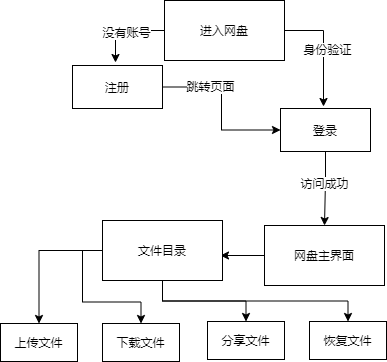
deepinsea/draw keeps this draw.io diagram as 数据流图.png. Above is the earlier version. Source tidied: cells renumbered, new cells last; positions are measured from the earlier drawing's top-left corner, leaving out a move shared by most shapes.
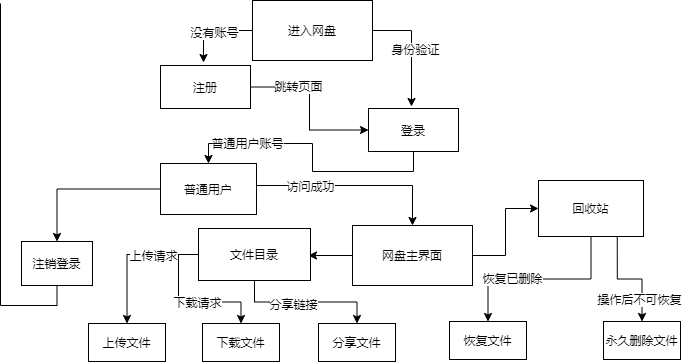
The same diagram one commit later.

Commit message:
更新数据流图.png

Diff of the diagram source:
```diff
@@ -38,19 +38,24 @@
     <mxCell id="10" value="注册" style="rounded=0;whiteSpace=wrap;html=1;" parent="1" vertex="1">
       <mxGeometry x="72" y="65" width="90" height="43" as="geometry" />
     </mxCell>
-    <mxCell id="11" style="edgeStyle=orthogonalEdgeStyle;rounded=0;jettySize=auto;html=1;entryX=0.5;entryY=0;entryDx=0;entryDy=0;" parent="1" edge="1" source="13" target="15">
+    <mxCell id="11" style="edgeStyle=orthogonalEdgeStyle;rounded=0;jettySize=auto;html=1;entryX=0.5;entryY=0;entryDx=0;entryDy=0;exitX=1;exitY=0.5;exitDx=0;exitDy=0;" parent="1" edge="1" source="38" target="15">
       <mxGeometry relative="1" as="geometry">
         <Array as="points">
-          <mxPoint x="325" y="179" />
-          <mxPoint x="325" y="179" />
+          <mxPoint x="324" y="185" />
         </Array>
       </mxGeometry>
     </mxCell>
     <mxCell id="12" value="访问成功" style="edgeLabel;html=1;align=center;verticalAlign=middle;" parent="11" vertex="1">
       <mxGeometry x="-0.66" relative="1" as="geometry">
-        <mxPoint x="-2" y="18" as="offset" />
+        <mxPoint x="23" as="offset" />
       </mxGeometry>
     </mxCell>
+    <mxCell id="25" style="edgeStyle=orthogonalEdgeStyle;rounded=0;jettySize=auto;html=1;exitX=0.5;exitY=1;exitDx=0;exitDy=0;" parent="1" edge="1" source="13" target="38">
+      <mxGeometry relative="1" as="geometry" />
+    </mxCell>
+    <mxCell id="26" value="普通用户账号" style="edgeLabel;html=1;align=center;verticalAlign=middle;" parent="25" vertex="1">
+      <mxGeometry x="0.57" y="-1" relative="1" as="geometry" />
+    </mxCell>
     <mxCell id="13" value="登录" style="rounded=0;whiteSpace=wrap;html=1;" parent="1" vertex="1">
       <mxGeometry x="280" y="108" width="90" height="43" as="geometry" />
     </mxCell>
@@ -59,35 +64,82 @@
         <mxPoint x="220" y="255" as="targetPoint" />
       </mxGeometry>
     </mxCell>
+    <mxCell id="27" style="edgeStyle=orthogonalEdgeStyle;rounded=0;jettySize=auto;html=1;entryX=0;entryY=0.5;entryDx=0;entryDy=0;" parent="1" edge="1" source="15" target="35">
+      <mxGeometry relative="1" as="geometry" />
+    </mxCell>
     <mxCell id="15" value="网盘主界面" style="rounded=0;whiteSpace=wrap;html=1;" parent="1" vertex="1">
       <mxGeometry x="264" y="225" width="120" height="60" as="geometry" />
     </mxCell>
     <mxCell id="16" style="edgeStyle=orthogonalEdgeStyle;rounded=0;jettySize=auto;html=1;entryX=0.5;entryY=0;entryDx=0;entryDy=0;" parent="1" edge="1" source="20" target="21">
       <mxGeometry relative="1" as="geometry" />
     </mxCell>
+    <mxCell id="28" value="上传请求" style="edgeLabel;html=1;align=center;verticalAlign=middle;" parent="16" vertex="1">
+      <mxGeometry x="-0.34" relative="1" as="geometry" />
+    </mxCell>
     <mxCell id="17" style="edgeStyle=orthogonalEdgeStyle;rounded=0;jettySize=auto;html=1;exitX=0;exitY=0.5;exitDx=0;exitDy=0;" parent="1" edge="1" source="20" target="22">
       <mxGeometry relative="1" as="geometry" />
     </mxCell>
+    <mxCell id="29" value="下载请求" style="edgeLabel;html=1;align=center;verticalAlign=middle;" parent="17" vertex="1">
+      <mxGeometry x="0.13" y="1" relative="1" as="geometry">
+        <mxPoint x="1" y="1" as="offset" />
+      </mxGeometry>
+    </mxCell>
     <mxCell id="18" style="edgeStyle=orthogonalEdgeStyle;rounded=0;jettySize=auto;html=1;exitX=0.5;exitY=1;exitDx=0;exitDy=0;entryX=0.5;entryY=0;entryDx=0;entryDy=0;" parent="1" edge="1" source="20" target="23">
       <mxGeometry relative="1" as="geometry" />
     </mxCell>
-    <mxCell id="19" style="edgeStyle=orthogonalEdgeStyle;rounded=0;jettySize=auto;html=1;exitX=0.5;exitY=1;exitDx=0;exitDy=0;" parent="1" edge="1" source="20" target="24">
-      <mxGeometry relative="1" as="geometry" />
-    </mxCell>
+    <mxCell id="30" value="分享链接" style="edgeLabel;html=1;align=center;verticalAlign=middle;" parent="18" vertex="1">
+      <mxGeometry x="-0.19" y="-1" relative="1" as="geometry">
+        <mxPoint x="1" y="1" as="offset" />
+      </mxGeometry>
+    </mxCell>
     <mxCell id="20" value="文件目录" style="rounded=0;whiteSpace=wrap;html=1;" parent="1" vertex="1">
-      <mxGeometry x="102" y="220" width="120" height="60" as="geometry" />
+      <mxGeometry x="110" y="228" width="112" height="52" as="geometry" />
     </mxCell>
     <mxCell id="21" value="上传文件" style="rounded=0;whiteSpace=wrap;html=1;" parent="1" vertex="1">
       <mxGeometry y="323" width="77" height="38" as="geometry" />
     </mxCell>
     <mxCell id="22" value="下载文件" style="rounded=0;whiteSpace=wrap;html=1;" parent="1" vertex="1">
-      <mxGeometry x="102" y="323" width="77" height="38" as="geometry" />
+      <mxGeometry x="114" y="323" width="77" height="38" as="geometry" />
     </mxCell>
     <mxCell id="23" value="分享文件" style="rounded=0;whiteSpace=wrap;html=1;" parent="1" vertex="1">
-      <mxGeometry x="207" y="321" width="77" height="38" as="geometry" />
+      <mxGeometry x="230" y="323" width="77" height="38" as="geometry" />
     </mxCell>
     <mxCell id="24" value="恢复文件" style="rounded=0;whiteSpace=wrap;html=1;" parent="1" vertex="1">
-      <mxGeometry x="309" y="321" width="77" height="38" as="geometry" />
+      <mxGeometry x="361" y="321" width="77" height="38" as="geometry" />
     </mxCell>
+    <mxCell id="31" style="edgeStyle=orthogonalEdgeStyle;rounded=0;jettySize=auto;html=1;exitX=0.5;exitY=1;exitDx=0;exitDy=0;" parent="1" edge="1" source="35" target="24">
+      <mxGeometry relative="1" as="geometry" />
+    </mxCell>
+    <mxCell id="32" value="恢复已删除" style="edgeLabel;html=1;align=center;verticalAlign=middle;" parent="31" vertex="1">
+      <mxGeometry x="0.3" y="-1" relative="1" as="geometry" />
+    </mxCell>
+    <mxCell id="33" style="edgeStyle=orthogonalEdgeStyle;rounded=0;jettySize=auto;html=1;exitX=0.75;exitY=1;exitDx=0;exitDy=0;entryX=0.5;entryY=0;entryDx=0;entryDy=0;" parent="1" edge="1" source="35" target="36">
+      <mxGeometry relative="1" as="geometry" />
+    </mxCell>
+    <mxCell id="34" value="操作后不可恢复" style="edgeLabel;html=1;align=center;verticalAlign=middle;" parent="33" vertex="1">
+      <mxGeometry x="-0.34" y="1" relative="1" as="geometry">
+        <mxPoint x="21" y="27" as="offset" />
+      </mxGeometry>
+    </mxCell>
+    <mxCell id="35" value="回收站" style="rounded=0;whiteSpace=wrap;html=1;" parent="1" vertex="1">
+      <mxGeometry x="450" y="180" width="105" height="56" as="geometry" />
+    </mxCell>
+    <mxCell id="36" value="永久删除文件" style="rounded=0;whiteSpace=wrap;html=1;" parent="1" vertex="1">
+      <mxGeometry x="515" y="321" width="77" height="38" as="geometry" />
+    </mxCell>
+    <mxCell id="37" style="edgeStyle=orthogonalEdgeStyle;rounded=0;jettySize=auto;html=1;" parent="1" edge="1" source="38" target="40">
+      <mxGeometry relative="1" as="geometry" />
+    </mxCell>
+    <mxCell id="38" value="普通用户" style="rounded=0;whiteSpace=wrap;html=1;" parent="1" vertex="1">
+      <mxGeometry x="72" y="163" width="96" height="51" as="geometry" />
+    </mxCell>
+    <mxCell id="39" style="edgeStyle=orthogonalEdgeStyle;rounded=0;jettySize=auto;html=1;exitX=0.5;exitY=1;exitDx=0;exitDy=0;endArrow=none;endFill=0;" parent="1" edge="1" source="40">
+      <mxGeometry relative="1" as="geometry">
+        <mxPoint x="-88" y="3" as="targetPoint" />
+      </mxGeometry>
+    </mxCell>
+    <mxCell id="40" value="注销登录" style="rounded=0;whiteSpace=wrap;html=1;" parent="1" vertex="1">
+      <mxGeometry x="-67" y="241" width="71" height="44" as="geometry" />
+    </mxCell>
   </root>
 </mxGraphModel>
```
